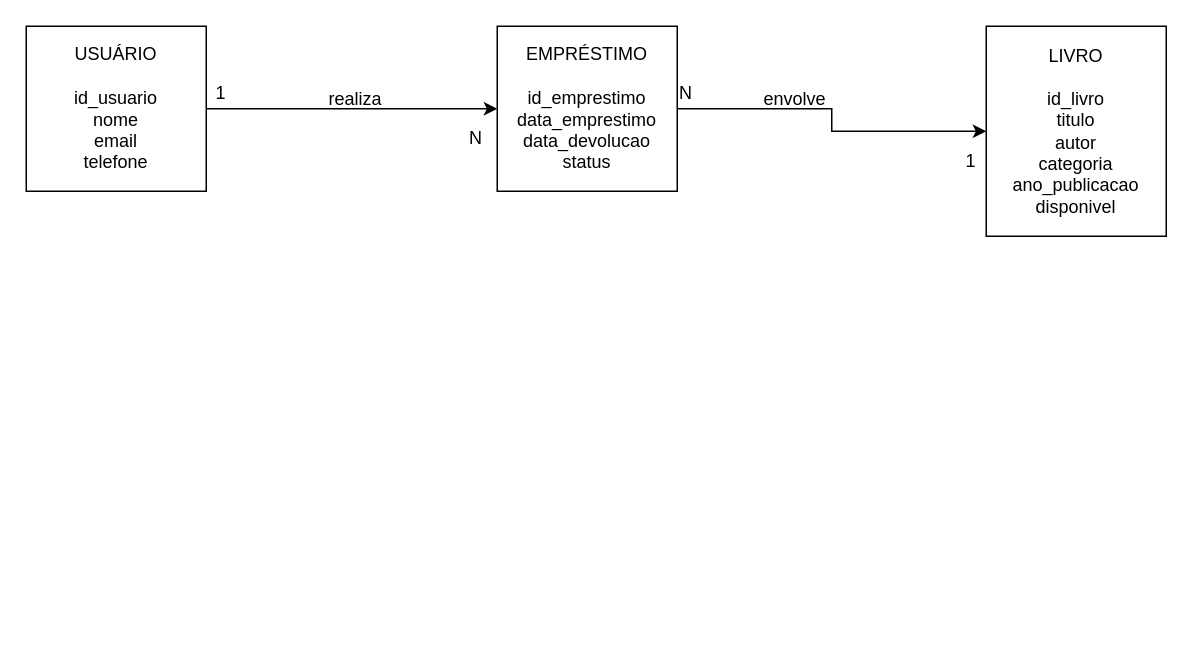
This is Banco de dados Relacional/Atividade_01_Biblioteca_Relacional/Sistema de Biblioteca.drawio from gbortolini9/Atividades-Pos-Graduacao-PUC_Dev-Fullstack, a draw.io file, before an edit. Source tidied: cells renumbered, new cells numbered last; positions are measured from the earlier drawing's top-left corner, leaving out a move shared by most shapes. Both pictures are drawn from the tidied source at 150%, with x=0, y=0 at pixel (26, 26).
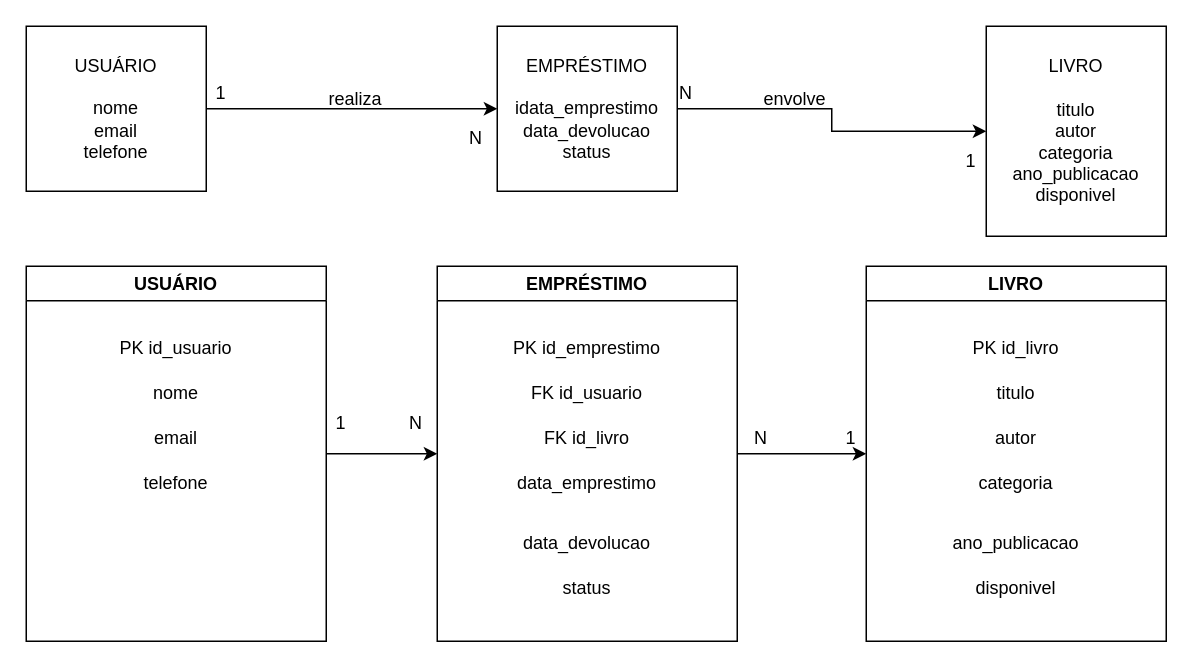
The same page after the edit.

Diff of the diagram source:
```diff
@@
-    <mxCell id="4" value="EMPRÉSTIMO&lt;div&gt;&lt;br&gt;&lt;/div&gt;&lt;div&gt;&lt;div&gt;id_emprestimo&lt;/div&gt;&lt;div&gt;data_emprestimo&lt;/div&gt;&lt;div&gt;data_devolucao&lt;/div&gt;&lt;div&gt;status&lt;/div&gt;&lt;/div&gt;" style="rounded=0;whiteSpace=wrap;html=1;" parent="1" vertex="1">
+    <mxCell id="4" value="EMPRÉSTIMO&lt;div&gt;&lt;br&gt;&lt;/div&gt;&lt;div&gt;&lt;div&gt;i&lt;span style=&quot;background-color: transparent; color: light-dark(rgb(0, 0, 0), rgb(255, 255, 255));&quot;&gt;data_emprestimo&lt;/span&gt;&lt;/div&gt;&lt;div&gt;data_devolucao&lt;/div&gt;&lt;div&gt;status&lt;/div&gt;&lt;/div&gt;" style="rounded=0;whiteSpace=wrap;html=1;" parent="1" vertex="1">
       <mxGeometry x="314" width="120" height="110" as="geometry" />
     </mxCell>
@@
-    <mxCell id="6" value="USUÁRIO&lt;div&gt;&lt;div&gt;&lt;br&gt;&lt;/div&gt;&lt;div&gt;id_usuario&lt;/div&gt;&lt;div&gt;nome&lt;/div&gt;&lt;div&gt;email&lt;/div&gt;&lt;div&gt;telefone&lt;/div&gt;&lt;/div&gt;" style="rounded=0;whiteSpace=wrap;html=1;" parent="1" vertex="1">
+    <mxCell id="6" value="USUÁRIO&lt;div&gt;&lt;div&gt;&lt;br&gt;&lt;/div&gt;&lt;div&gt;&lt;span style=&quot;background-color: transparent; color: light-dark(rgb(0, 0, 0), rgb(255, 255, 255));&quot;&gt;nome&lt;/span&gt;&lt;/div&gt;&lt;div&gt;email&lt;/div&gt;&lt;div&gt;telefone&lt;/div&gt;&lt;/div&gt;" style="rounded=0;whiteSpace=wrap;html=1;" parent="1" vertex="1">
       <mxGeometry width="120" height="110" as="geometry" />
     </mxCell>
-    <mxCell id="7" value="LIVRO&lt;div&gt;&lt;br&gt;&lt;/div&gt;&lt;div&gt;&lt;div&gt;id_livro&lt;/div&gt;&lt;div&gt;titulo&lt;/div&gt;&lt;div&gt;autor&lt;/div&gt;&lt;div&gt;categoria&lt;/div&gt;&lt;div&gt;ano_publicacao&lt;/div&gt;&lt;div&gt;disponivel&lt;/div&gt;&lt;/div&gt;" style="rounded=0;whiteSpace=wrap;html=1;" parent="1" vertex="1">
+    <mxCell id="7" value="LIVRO&lt;div&gt;&lt;br&gt;&lt;/div&gt;&lt;div&gt;&lt;div&gt;&lt;span style=&quot;background-color: transparent; color: light-dark(rgb(0, 0, 0), rgb(255, 255, 255));&quot;&gt;titulo&lt;/span&gt;&lt;/div&gt;&lt;div&gt;autor&lt;/div&gt;&lt;div&gt;categoria&lt;/div&gt;&lt;div&gt;ano_publicacao&lt;/div&gt;&lt;div&gt;disponivel&lt;/div&gt;&lt;/div&gt;" style="rounded=0;whiteSpace=wrap;html=1;" parent="1" vertex="1">
       <mxGeometry x="640" width="120" height="140" as="geometry" />
     </mxCell>
@@
+    <mxCell id="14" style="edgeStyle=orthogonalEdgeStyle;rounded=0;jettySize=auto;html=1;exitX=1;exitY=0.5;exitDx=0;exitDy=0;entryX=0;entryY=0.5;entryDx=0;entryDy=0;" parent="1" edge="1" source="15" target="30">
+      <mxGeometry relative="1" as="geometry" />
+    </mxCell>
+    <mxCell id="15" value="USUÁRIO" style="swimlane;whiteSpace=wrap;html=1;" parent="1" vertex="1">
+      <mxGeometry y="160" width="200" height="250" as="geometry" />
+    </mxCell>
+    <mxCell id="16" value="PK id_usuario" style="text;html=1;whiteSpace=wrap;strokeColor=none;fillColor=none;align=center;verticalAlign=middle;rounded=0;" parent="15" vertex="1">
+      <mxGeometry x="60" y="40" width="80" height="30" as="geometry" />
+    </mxCell>
+    <mxCell id="17" value="nome" style="text;html=1;whiteSpace=wrap;strokeColor=none;fillColor=none;align=center;verticalAlign=middle;rounded=0;" parent="15" vertex="1">
+      <mxGeometry x="10" y="70" width="180" height="30" as="geometry" />
+    </mxCell>
+    <mxCell id="18" value="email" style="text;html=1;whiteSpace=wrap;strokeColor=none;fillColor=none;align=center;verticalAlign=middle;rounded=0;" parent="15" vertex="1">
+      <mxGeometry x="10" y="100" width="180" height="30" as="geometry" />
+    </mxCell>
+    <mxCell id="19" value="telefone" style="text;html=1;whiteSpace=wrap;strokeColor=none;fillColor=none;align=center;verticalAlign=middle;rounded=0;" parent="15" vertex="1">
+      <mxGeometry x="10" y="130" width="180" height="30" as="geometry" />
+    </mxCell>
+    <mxCell id="20" value="LIVRO" style="swimlane;whiteSpace=wrap;html=1;" parent="1" vertex="1">
+      <mxGeometry x="560" y="160" width="200" height="250" as="geometry" />
+    </mxCell>
+    <mxCell id="21" value="PK id_livro" style="text;html=1;whiteSpace=wrap;strokeColor=none;fillColor=none;align=center;verticalAlign=middle;rounded=0;" parent="20" vertex="1">
+      <mxGeometry x="50" y="40" width="100" height="30" as="geometry" />
+    </mxCell>
+    <mxCell id="22" value="titulo" style="text;html=1;whiteSpace=wrap;strokeColor=none;fillColor=none;align=center;verticalAlign=middle;rounded=0;" parent="20" vertex="1">
+      <mxGeometry x="10" y="70" width="180" height="30" as="geometry" />
+    </mxCell>
+    <mxCell id="23" value="autor" style="text;html=1;whiteSpace=wrap;strokeColor=none;fillColor=none;align=center;verticalAlign=middle;rounded=0;" parent="20" vertex="1">
+      <mxGeometry x="10" y="100" width="180" height="30" as="geometry" />
+    </mxCell>
+    <mxCell id="24" value="categoria" style="text;html=1;whiteSpace=wrap;strokeColor=none;fillColor=none;align=center;verticalAlign=middle;rounded=0;" parent="20" vertex="1">
+      <mxGeometry x="10" y="130" width="180" height="30" as="geometry" />
+    </mxCell>
+    <mxCell id="25" style="text;html=1;whiteSpace=wrap;strokeColor=none;fillColor=none;align=center;verticalAlign=middle;rounded=0;" parent="20" vertex="1">
+      <mxGeometry x="10" y="160" width="180" height="30" as="geometry" />
+    </mxCell>
+    <mxCell id="26" value="disponivel" style="text;html=1;whiteSpace=wrap;strokeColor=none;fillColor=none;align=center;verticalAlign=middle;rounded=0;" parent="20" vertex="1">
+      <mxGeometry x="10" y="200" width="180" height="30" as="geometry" />
+    </mxCell>
+    <mxCell id="27" value="&lt;div&gt;ano_publicacao&lt;/div&gt;" style="text;html=1;whiteSpace=wrap;strokeColor=none;fillColor=none;align=center;verticalAlign=middle;rounded=0;" parent="20" vertex="1">
+      <mxGeometry x="10" y="170" width="180" height="30" as="geometry" />
+    </mxCell>
+    <mxCell id="28" value="1" style="text;html=1;whiteSpace=wrap;strokeColor=none;fillColor=none;align=center;verticalAlign=middle;rounded=0;" parent="20" vertex="1">
+      <mxGeometry x="-40" y="100" width="60" height="30" as="geometry" />
+    </mxCell>
+    <mxCell id="29" style="edgeStyle=orthogonalEdgeStyle;rounded=0;jettySize=auto;html=1;exitX=1;exitY=0.5;exitDx=0;exitDy=0;entryX=0;entryY=0.5;entryDx=0;entryDy=0;" parent="1" edge="1" source="30" target="20">
+      <mxGeometry relative="1" as="geometry" />
+    </mxCell>
+    <mxCell id="30" value="EMPRÉSTIMO" style="swimlane;whiteSpace=wrap;html=1;startSize=23;" parent="1" vertex="1">
+      <mxGeometry x="274" y="160" width="200" height="250" as="geometry" />
+    </mxCell>
+    <mxCell id="31" value="PK id_emprestimo" style="text;html=1;whiteSpace=wrap;strokeColor=none;fillColor=none;align=center;verticalAlign=middle;rounded=0;" parent="30" vertex="1">
+      <mxGeometry x="40" y="40" width="120" height="30" as="geometry" />
+    </mxCell>
+    <mxCell id="32" value="FK id_usuario" style="text;html=1;whiteSpace=wrap;strokeColor=none;fillColor=none;align=center;verticalAlign=middle;rounded=0;" parent="30" vertex="1">
+      <mxGeometry x="10" y="70" width="180" height="30" as="geometry" />
+    </mxCell>
+    <mxCell id="33" value="FK id_livro" style="text;html=1;whiteSpace=wrap;strokeColor=none;fillColor=none;align=center;verticalAlign=middle;rounded=0;" parent="30" vertex="1">
+      <mxGeometry x="10" y="100" width="180" height="30" as="geometry" />
+    </mxCell>
+    <mxCell id="34" value="data_emprestimo" style="text;html=1;whiteSpace=wrap;strokeColor=none;fillColor=none;align=center;verticalAlign=middle;rounded=0;" parent="30" vertex="1">
+      <mxGeometry x="10" y="130" width="180" height="30" as="geometry" />
+    </mxCell>
+    <mxCell id="35" value="status" style="text;html=1;whiteSpace=wrap;strokeColor=none;fillColor=none;align=center;verticalAlign=middle;rounded=0;" parent="30" vertex="1">
+      <mxGeometry x="10" y="200" width="180" height="30" as="geometry" />
+    </mxCell>
+    <mxCell id="36" value="&lt;div&gt;data_devolucao&lt;/div&gt;" style="text;html=1;whiteSpace=wrap;strokeColor=none;fillColor=none;align=center;verticalAlign=middle;rounded=0;" parent="30" vertex="1">
+      <mxGeometry x="10" y="170" width="180" height="30" as="geometry" />
+    </mxCell>
+    <mxCell id="37" value="1" style="text;html=1;whiteSpace=wrap;strokeColor=none;fillColor=none;align=center;verticalAlign=middle;rounded=0;" parent="1" vertex="1">
+      <mxGeometry x="180" y="250" width="60" height="30" as="geometry" />
+    </mxCell>
+    <mxCell id="38" value="N" style="text;html=1;whiteSpace=wrap;strokeColor=none;fillColor=none;align=center;verticalAlign=middle;rounded=0;" parent="1" vertex="1">
+      <mxGeometry x="230" y="250" width="60" height="30" as="geometry" />
+    </mxCell>
+    <mxCell id="39" value="N" style="text;html=1;whiteSpace=wrap;strokeColor=none;fillColor=none;align=center;verticalAlign=middle;rounded=0;" parent="1" vertex="1">
+      <mxGeometry x="460" y="260" width="60" height="30" as="geometry" />
+    </mxCell>
```
